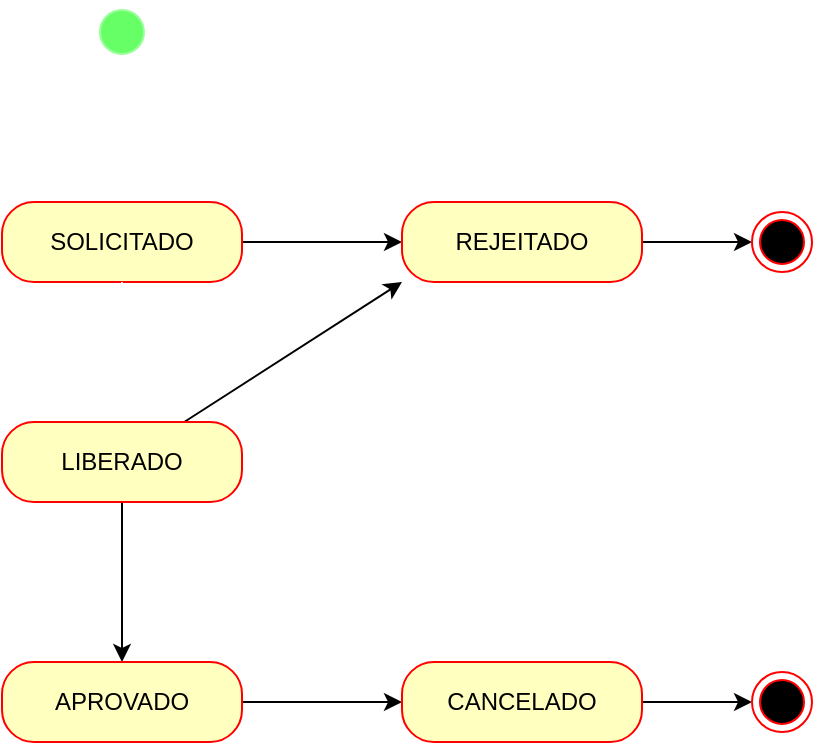
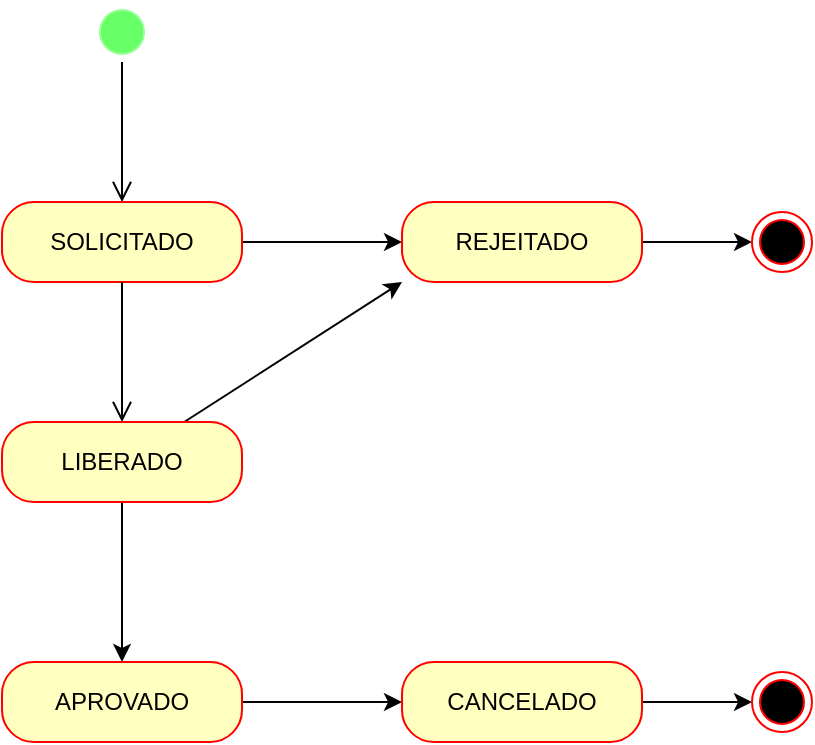
- <mxfile host="Electron" agent="Mozilla/5.0 (X11; Linux x86_64) AppleWebKit/537.36 (KHTML, like Gecko) draw.io/28.2.5 Chrome/138.0.7204.251 Electron/37.6.1 Safari/537.36" version="28.2.5" pages="3">
+ <mxfile host="Electron" agent="Mozilla/5.0 (X11; Linux x86_64) AppleWebKit/537.36 (KHTML, like Gecko) draw.io/28.2.5 Chrome/138.0.7204.251 Electron/37.6.1 Safari/537.36" version="28.2.5" pages="4">
  <diagram name="diagrama-de-estados" id="IYPag2jJxesfUrOG5OH9">
    <mxGraphModel dx="618" dy="460" grid="1" gridSize="10" guides="1" tooltips="1" connect="1" arrows="1" fold="1" page="1" pageScale="1" pageWidth="850" pageHeight="1100" math="0" shadow="0">
      <root>
        <mxCell id="0" />
        <mxCell id="1" parent="0" />
        <mxCell id="KuN5sDsaCDdfW-2yw1ti-1" value="" style="ellipse;html=1;shape=startState;fillColor=#66FF66;strokeColor=#99FF99;" parent="1" vertex="1">
          <mxGeometry x="320" y="60" width="30" height="30" as="geometry" />
        </mxCell>
-         <mxCell id="KuN5sDsaCDdfW-2yw1ti-2" value="" style="edgeStyle=orthogonalEdgeStyle;html=1;verticalAlign=bottom;endArrow=open;endSize=8;strokeColor=#FFFFFF;rounded=0;entryX=0.5;entryY=0;entryDx=0;entryDy=0;" parent="1" source="KuN5sDsaCDdfW-2yw1ti-1" target="KuN5sDsaCDdfW-2yw1ti-3" edge="1">
+         <mxCell id="KuN5sDsaCDdfW-2yw1ti-2" value="" style="edgeStyle=orthogonalEdgeStyle;html=1;verticalAlign=bottom;endArrow=open;endSize=8;strokeColor=#000000;rounded=0;entryX=0.5;entryY=0;entryDx=0;entryDy=0;" parent="1" source="KuN5sDsaCDdfW-2yw1ti-1" target="KuN5sDsaCDdfW-2yw1ti-3" edge="1">
          <mxGeometry relative="1" as="geometry">
            <mxPoint x="335" y="150" as="targetPoint" />
          </mxGeometry>
        </mxCell>
        <mxCell id="KuN5sDsaCDdfW-2yw1ti-12" value="" style="edgeStyle=orthogonalEdgeStyle;rounded=0;orthogonalLoop=1;jettySize=auto;html=1;" parent="1" source="KuN5sDsaCDdfW-2yw1ti-3" target="KuN5sDsaCDdfW-2yw1ti-11" edge="1">
          <mxGeometry relative="1" as="geometry" />
        </mxCell>
        <mxCell id="KuN5sDsaCDdfW-2yw1ti-3" value="SOLICITADO" style="rounded=1;whiteSpace=wrap;html=1;arcSize=40;fontColor=#000000;fillColor=#ffffc0;strokeColor=#ff0000;" parent="1" vertex="1">
          <mxGeometry x="275" y="160" width="120" height="40" as="geometry" />
        </mxCell>
-         <mxCell id="KuN5sDsaCDdfW-2yw1ti-4" value="" style="edgeStyle=orthogonalEdgeStyle;html=1;verticalAlign=bottom;endArrow=open;endSize=8;strokeColor=#FFFFFF;rounded=0;entryX=0.5;entryY=0;entryDx=0;entryDy=0;" parent="1" source="KuN5sDsaCDdfW-2yw1ti-3" target="KuN5sDsaCDdfW-2yw1ti-5" edge="1">
+         <mxCell id="KuN5sDsaCDdfW-2yw1ti-4" value="" style="edgeStyle=orthogonalEdgeStyle;html=1;verticalAlign=bottom;endArrow=open;endSize=8;strokeColor=#000000;rounded=0;entryX=0.5;entryY=0;entryDx=0;entryDy=0;" parent="1" source="KuN5sDsaCDdfW-2yw1ti-3" target="KuN5sDsaCDdfW-2yw1ti-5" edge="1">
          <mxGeometry relative="1" as="geometry">
            <mxPoint x="335" y="260" as="targetPoint" />
          </mxGeometry>
        </mxCell>
        <mxCell id="KuN5sDsaCDdfW-2yw1ti-13" style="rounded=0;orthogonalLoop=1;jettySize=auto;html=1;entryX=0;entryY=1;entryDx=0;entryDy=0;" parent="1" source="KuN5sDsaCDdfW-2yw1ti-5" target="KuN5sDsaCDdfW-2yw1ti-11" edge="1">
          <mxGeometry relative="1" as="geometry" />
        </mxCell>
        <mxCell id="KuN5sDsaCDdfW-2yw1ti-19" value="" style="edgeStyle=orthogonalEdgeStyle;rounded=0;orthogonalLoop=1;jettySize=auto;html=1;" parent="1" source="KuN5sDsaCDdfW-2yw1ti-5" target="KuN5sDsaCDdfW-2yw1ti-18" edge="1">
          <mxGeometry relative="1" as="geometry" />
        </mxCell>
        <mxCell id="KuN5sDsaCDdfW-2yw1ti-5" value="LIBERADO" style="rounded=1;whiteSpace=wrap;html=1;arcSize=40;fontColor=#000000;fillColor=#ffffc0;strokeColor=#ff0000;" parent="1" vertex="1">
          <mxGeometry x="275" y="270" width="120" height="40" as="geometry" />
        </mxCell>
        <mxCell id="KuN5sDsaCDdfW-2yw1ti-17" style="edgeStyle=orthogonalEdgeStyle;rounded=0;orthogonalLoop=1;jettySize=auto;html=1;entryX=0;entryY=0.5;entryDx=0;entryDy=0;" parent="1" source="KuN5sDsaCDdfW-2yw1ti-11" target="KuN5sDsaCDdfW-2yw1ti-16" edge="1">
          <mxGeometry relative="1" as="geometry" />
        </mxCell>
        <mxCell id="KuN5sDsaCDdfW-2yw1ti-11" value="REJEITADO" style="rounded=1;whiteSpace=wrap;html=1;arcSize=40;fontColor=#000000;fillColor=#ffffc0;strokeColor=#ff0000;" parent="1" vertex="1">
          <mxGeometry x="475" y="160" width="120" height="40" as="geometry" />
        </mxCell>
        <mxCell id="KuN5sDsaCDdfW-2yw1ti-16" value="" style="ellipse;html=1;shape=endState;fillColor=#000000;strokeColor=#ff0000;" parent="1" vertex="1">
          <mxGeometry x="650" y="165" width="30" height="30" as="geometry" />
        </mxCell>
        <mxCell id="KuN5sDsaCDdfW-2yw1ti-21" value="" style="edgeStyle=orthogonalEdgeStyle;rounded=0;orthogonalLoop=1;jettySize=auto;html=1;" parent="1" source="KuN5sDsaCDdfW-2yw1ti-18" target="KuN5sDsaCDdfW-2yw1ti-20" edge="1">
          <mxGeometry relative="1" as="geometry" />
        </mxCell>
        <mxCell id="KuN5sDsaCDdfW-2yw1ti-18" value="APROVADO" style="rounded=1;whiteSpace=wrap;html=1;arcSize=40;fontColor=#000000;fillColor=#ffffc0;strokeColor=#ff0000;" parent="1" vertex="1">
          <mxGeometry x="275" y="390" width="120" height="40" as="geometry" />
        </mxCell>
        <mxCell id="KuN5sDsaCDdfW-2yw1ti-23" style="edgeStyle=orthogonalEdgeStyle;rounded=0;orthogonalLoop=1;jettySize=auto;html=1;entryX=0;entryY=0.5;entryDx=0;entryDy=0;" parent="1" source="KuN5sDsaCDdfW-2yw1ti-20" target="KuN5sDsaCDdfW-2yw1ti-22" edge="1">
          <mxGeometry relative="1" as="geometry" />
        </mxCell>
        <mxCell id="KuN5sDsaCDdfW-2yw1ti-20" value="CANCELADO" style="rounded=1;whiteSpace=wrap;html=1;arcSize=40;fontColor=#000000;fillColor=#ffffc0;strokeColor=#ff0000;" parent="1" vertex="1">
          <mxGeometry x="475" y="390" width="120" height="40" as="geometry" />
        </mxCell>
        <mxCell id="KuN5sDsaCDdfW-2yw1ti-22" value="" style="ellipse;html=1;shape=endState;fillColor=#000000;strokeColor=#ff0000;" parent="1" vertex="1">
          <mxGeometry x="650" y="395" width="30" height="30" as="geometry" />
        </mxCell>
      </root>
    </mxGraphModel>
  </diagram>
  <diagram id="2DZWrG4l8wp5lzFbXQNy" name="modelo-de-dados">
    <mxGraphModel dx="618" dy="460" grid="1" gridSize="10" guides="1" tooltips="1" connect="1" arrows="1" fold="1" page="1" pageScale="1" pageWidth="850" pageHeight="1100" math="0" shadow="0">
      <root>
        <mxCell id="0" />
        <mxCell id="1" parent="0" />
        <mxCell id="ROwrcVecAf9enAfdfTJt-1" value="solicitante" style="shape=table;startSize=30;container=1;collapsible=1;childLayout=tableLayout;fixedRows=1;rowLines=0;fontStyle=1;align=center;resizeLast=1;html=1;" parent="1" vertex="1">
          <mxGeometry x="60" y="200" width="180" height="120" as="geometry" />
        </mxCell>
        <mxCell id="ROwrcVecAf9enAfdfTJt-2" value="" style="shape=tableRow;horizontal=0;startSize=0;swimlaneHead=0;swimlaneBody=0;fillColor=none;collapsible=0;dropTarget=0;points=[[0,0.5],[1,0.5]];portConstraint=eastwest;top=0;left=0;right=0;bottom=1;" parent="ROwrcVecAf9enAfdfTJt-1" vertex="1">
          <mxGeometry y="30" width="180" height="30" as="geometry" />
        </mxCell>
        <mxCell id="ROwrcVecAf9enAfdfTJt-3" value="PK" style="shape=partialRectangle;connectable=0;fillColor=none;top=0;left=0;bottom=0;right=0;fontStyle=1;overflow=hidden;whiteSpace=wrap;html=1;" parent="ROwrcVecAf9enAfdfTJt-2" vertex="1">
          <mxGeometry width="30" height="30" as="geometry">
            <mxRectangle width="30" height="30" as="alternateBounds" />
          </mxGeometry>
        </mxCell>
        <mxCell id="ROwrcVecAf9enAfdfTJt-4" value="id" style="shape=partialRectangle;connectable=0;fillColor=none;top=0;left=0;bottom=0;right=0;align=left;spacingLeft=6;fontStyle=5;overflow=hidden;whiteSpace=wrap;html=1;" parent="ROwrcVecAf9enAfdfTJt-2" vertex="1">
          <mxGeometry x="30" width="150" height="30" as="geometry">
            <mxRectangle width="150" height="30" as="alternateBounds" />
          </mxGeometry>
        </mxCell>
        <mxCell id="ROwrcVecAf9enAfdfTJt-5" value="" style="shape=tableRow;horizontal=0;startSize=0;swimlaneHead=0;swimlaneBody=0;fillColor=none;collapsible=0;dropTarget=0;points=[[0,0.5],[1,0.5]];portConstraint=eastwest;top=0;left=0;right=0;bottom=0;" parent="ROwrcVecAf9enAfdfTJt-1" vertex="1">
          <mxGeometry y="60" width="180" height="30" as="geometry" />
        </mxCell>
        <mxCell id="ROwrcVecAf9enAfdfTJt-6" value="" style="shape=partialRectangle;connectable=0;fillColor=none;top=0;left=0;bottom=0;right=0;editable=1;overflow=hidden;whiteSpace=wrap;html=1;" parent="ROwrcVecAf9enAfdfTJt-5" vertex="1">
          <mxGeometry width="30" height="30" as="geometry">
            <mxRectangle width="30" height="30" as="alternateBounds" />
          </mxGeometry>
        </mxCell>
        <mxCell id="ROwrcVecAf9enAfdfTJt-7" value="nome" style="shape=partialRectangle;connectable=0;fillColor=none;top=0;left=0;bottom=0;right=0;align=left;spacingLeft=6;overflow=hidden;whiteSpace=wrap;html=1;" parent="ROwrcVecAf9enAfdfTJt-5" vertex="1">
          <mxGeometry x="30" width="150" height="30" as="geometry">
            <mxRectangle width="150" height="30" as="alternateBounds" />
          </mxGeometry>
        </mxCell>
        <mxCell id="ROwrcVecAf9enAfdfTJt-8" value="" style="shape=tableRow;horizontal=0;startSize=0;swimlaneHead=0;swimlaneBody=0;fillColor=none;collapsible=0;dropTarget=0;points=[[0,0.5],[1,0.5]];portConstraint=eastwest;top=0;left=0;right=0;bottom=0;" parent="ROwrcVecAf9enAfdfTJt-1" vertex="1">
          <mxGeometry y="90" width="180" height="30" as="geometry" />
        </mxCell>
        <mxCell id="ROwrcVecAf9enAfdfTJt-9" value="" style="shape=partialRectangle;connectable=0;fillColor=none;top=0;left=0;bottom=0;right=0;editable=1;overflow=hidden;whiteSpace=wrap;html=1;" parent="ROwrcVecAf9enAfdfTJt-8" vertex="1">
          <mxGeometry width="30" height="30" as="geometry">
            <mxRectangle width="30" height="30" as="alternateBounds" />
          </mxGeometry>
        </mxCell>
        <mxCell id="ROwrcVecAf9enAfdfTJt-10" value="cpfCnpj" style="shape=partialRectangle;connectable=0;fillColor=none;top=0;left=0;bottom=0;right=0;align=left;spacingLeft=6;overflow=hidden;whiteSpace=wrap;html=1;" parent="ROwrcVecAf9enAfdfTJt-8" vertex="1">
          <mxGeometry x="30" width="150" height="30" as="geometry">
            <mxRectangle width="150" height="30" as="alternateBounds" />
          </mxGeometry>
        </mxCell>
        <mxCell id="ROwrcVecAf9enAfdfTJt-14" value="categoria" style="shape=table;startSize=30;container=1;collapsible=1;childLayout=tableLayout;fixedRows=1;rowLines=0;fontStyle=1;align=center;resizeLast=1;html=1;" parent="1" vertex="1">
          <mxGeometry x="60" y="400" width="180" height="90" as="geometry" />
        </mxCell>
        <mxCell id="ROwrcVecAf9enAfdfTJt-15" value="" style="shape=tableRow;horizontal=0;startSize=0;swimlaneHead=0;swimlaneBody=0;fillColor=none;collapsible=0;dropTarget=0;points=[[0,0.5],[1,0.5]];portConstraint=eastwest;top=0;left=0;right=0;bottom=1;" parent="ROwrcVecAf9enAfdfTJt-14" vertex="1">
          <mxGeometry y="30" width="180" height="30" as="geometry" />
        </mxCell>
        <mxCell id="ROwrcVecAf9enAfdfTJt-16" value="PK" style="shape=partialRectangle;connectable=0;fillColor=none;top=0;left=0;bottom=0;right=0;fontStyle=1;overflow=hidden;whiteSpace=wrap;html=1;" parent="ROwrcVecAf9enAfdfTJt-15" vertex="1">
          <mxGeometry width="30" height="30" as="geometry">
            <mxRectangle width="30" height="30" as="alternateBounds" />
          </mxGeometry>
        </mxCell>
        <mxCell id="ROwrcVecAf9enAfdfTJt-17" value="id" style="shape=partialRectangle;connectable=0;fillColor=none;top=0;left=0;bottom=0;right=0;align=left;spacingLeft=6;fontStyle=5;overflow=hidden;whiteSpace=wrap;html=1;" parent="ROwrcVecAf9enAfdfTJt-15" vertex="1">
          <mxGeometry x="30" width="150" height="30" as="geometry">
            <mxRectangle width="150" height="30" as="alternateBounds" />
          </mxGeometry>
        </mxCell>
        <mxCell id="ROwrcVecAf9enAfdfTJt-18" value="" style="shape=tableRow;horizontal=0;startSize=0;swimlaneHead=0;swimlaneBody=0;fillColor=none;collapsible=0;dropTarget=0;points=[[0,0.5],[1,0.5]];portConstraint=eastwest;top=0;left=0;right=0;bottom=0;" parent="ROwrcVecAf9enAfdfTJt-14" vertex="1">
          <mxGeometry y="60" width="180" height="30" as="geometry" />
        </mxCell>
        <mxCell id="ROwrcVecAf9enAfdfTJt-19" value="" style="shape=partialRectangle;connectable=0;fillColor=none;top=0;left=0;bottom=0;right=0;editable=1;overflow=hidden;whiteSpace=wrap;html=1;" parent="ROwrcVecAf9enAfdfTJt-18" vertex="1">
          <mxGeometry width="30" height="30" as="geometry">
            <mxRectangle width="30" height="30" as="alternateBounds" />
          </mxGeometry>
        </mxCell>
        <mxCell id="ROwrcVecAf9enAfdfTJt-20" value="nome" style="shape=partialRectangle;connectable=0;fillColor=none;top=0;left=0;bottom=0;right=0;align=left;spacingLeft=6;overflow=hidden;whiteSpace=wrap;html=1;" parent="ROwrcVecAf9enAfdfTJt-18" vertex="1">
          <mxGeometry x="30" width="150" height="30" as="geometry">
            <mxRectangle width="150" height="30" as="alternateBounds" />
          </mxGeometry>
        </mxCell>
        <mxCell id="ROwrcVecAf9enAfdfTJt-24" value="solicitação" style="shape=table;startSize=30;container=1;collapsible=1;childLayout=tableLayout;fixedRows=1;rowLines=0;fontStyle=1;align=center;resizeLast=1;html=1;" parent="1" vertex="1">
          <mxGeometry x="430" y="100" width="180" height="240" as="geometry" />
        </mxCell>
        <mxCell id="ROwrcVecAf9enAfdfTJt-25" value="" style="shape=tableRow;horizontal=0;startSize=0;swimlaneHead=0;swimlaneBody=0;fillColor=none;collapsible=0;dropTarget=0;points=[[0,0.5],[1,0.5]];portConstraint=eastwest;top=0;left=0;right=0;bottom=1;" parent="ROwrcVecAf9enAfdfTJt-24" vertex="1">
          <mxGeometry y="30" width="180" height="30" as="geometry" />
        </mxCell>
        <mxCell id="ROwrcVecAf9enAfdfTJt-26" value="PK" style="shape=partialRectangle;connectable=0;fillColor=none;top=0;left=0;bottom=0;right=0;fontStyle=1;overflow=hidden;whiteSpace=wrap;html=1;" parent="ROwrcVecAf9enAfdfTJt-25" vertex="1">
          <mxGeometry width="30" height="30" as="geometry">
            <mxRectangle width="30" height="30" as="alternateBounds" />
          </mxGeometry>
        </mxCell>
        <mxCell id="ROwrcVecAf9enAfdfTJt-27" value="id" style="shape=partialRectangle;connectable=0;fillColor=none;top=0;left=0;bottom=0;right=0;align=left;spacingLeft=6;fontStyle=5;overflow=hidden;whiteSpace=wrap;html=1;" parent="ROwrcVecAf9enAfdfTJt-25" vertex="1">
          <mxGeometry x="30" width="150" height="30" as="geometry">
            <mxRectangle width="150" height="30" as="alternateBounds" />
          </mxGeometry>
        </mxCell>
        <mxCell id="ROwrcVecAf9enAfdfTJt-28" value="" style="shape=tableRow;horizontal=0;startSize=0;swimlaneHead=0;swimlaneBody=0;fillColor=none;collapsible=0;dropTarget=0;points=[[0,0.5],[1,0.5]];portConstraint=eastwest;top=0;left=0;right=0;bottom=0;" parent="ROwrcVecAf9enAfdfTJt-24" vertex="1">
          <mxGeometry y="60" width="180" height="30" as="geometry" />
        </mxCell>
        <mxCell id="ROwrcVecAf9enAfdfTJt-29" value="FK" style="shape=partialRectangle;connectable=0;fillColor=none;top=0;left=0;bottom=0;right=0;editable=1;overflow=hidden;whiteSpace=wrap;html=1;verticalAlign=middle;labelBorderColor=none;labelBackgroundColor=none;textShadow=0;shadow=0;" parent="ROwrcVecAf9enAfdfTJt-28" vertex="1">
          <mxGeometry width="30" height="30" as="geometry">
            <mxRectangle width="30" height="30" as="alternateBounds" />
          </mxGeometry>
        </mxCell>
        <mxCell id="ROwrcVecAf9enAfdfTJt-30" value="solicitanteId" style="shape=partialRectangle;connectable=0;fillColor=none;top=0;left=0;bottom=0;right=0;align=left;spacingLeft=6;overflow=hidden;whiteSpace=wrap;html=1;verticalAlign=middle;labelBorderColor=none;labelBackgroundColor=none;textShadow=0;shadow=0;" parent="ROwrcVecAf9enAfdfTJt-28" vertex="1">
          <mxGeometry x="30" width="150" height="30" as="geometry">
            <mxRectangle width="150" height="30" as="alternateBounds" />
          </mxGeometry>
        </mxCell>
        <mxCell id="ROwrcVecAf9enAfdfTJt-31" value="" style="shape=tableRow;horizontal=0;startSize=0;swimlaneHead=0;swimlaneBody=0;fillColor=none;collapsible=0;dropTarget=0;points=[[0,0.5],[1,0.5]];portConstraint=eastwest;top=0;left=0;right=0;bottom=0;" parent="ROwrcVecAf9enAfdfTJt-24" vertex="1">
          <mxGeometry y="90" width="180" height="30" as="geometry" />
        </mxCell>
        <mxCell id="ROwrcVecAf9enAfdfTJt-32" value="FK" style="shape=partialRectangle;connectable=0;fillColor=none;top=0;left=0;bottom=0;right=0;editable=1;overflow=hidden;whiteSpace=wrap;html=1;" parent="ROwrcVecAf9enAfdfTJt-31" vertex="1">
          <mxGeometry width="30" height="30" as="geometry">
            <mxRectangle width="30" height="30" as="alternateBounds" />
          </mxGeometry>
        </mxCell>
        <mxCell id="ROwrcVecAf9enAfdfTJt-33" value="categoriaId" style="shape=partialRectangle;connectable=0;fillColor=none;top=0;left=0;bottom=0;right=0;align=left;spacingLeft=6;overflow=hidden;whiteSpace=wrap;html=1;" parent="ROwrcVecAf9enAfdfTJt-31" vertex="1">
          <mxGeometry x="30" width="150" height="30" as="geometry">
            <mxRectangle width="150" height="30" as="alternateBounds" />
          </mxGeometry>
        </mxCell>
        <mxCell id="O9as9MD9jKz88pZ5Hd6D-2" style="shape=tableRow;horizontal=0;startSize=0;swimlaneHead=0;swimlaneBody=0;fillColor=none;collapsible=0;dropTarget=0;points=[[0,0.5],[1,0.5]];portConstraint=eastwest;top=0;left=0;right=0;bottom=0;" parent="ROwrcVecAf9enAfdfTJt-24" vertex="1">
          <mxGeometry y="120" width="180" height="30" as="geometry" />
        </mxCell>
        <mxCell id="O9as9MD9jKz88pZ5Hd6D-3" style="shape=partialRectangle;connectable=0;fillColor=none;top=0;left=0;bottom=0;right=0;editable=1;overflow=hidden;whiteSpace=wrap;html=1;" parent="O9as9MD9jKz88pZ5Hd6D-2" vertex="1">
          <mxGeometry width="30" height="30" as="geometry">
            <mxRectangle width="30" height="30" as="alternateBounds" />
          </mxGeometry>
        </mxCell>
        <mxCell id="O9as9MD9jKz88pZ5Hd6D-4" value="descricao" style="shape=partialRectangle;connectable=0;fillColor=none;top=0;left=0;bottom=0;right=0;align=left;spacingLeft=6;overflow=hidden;whiteSpace=wrap;html=1;" parent="O9as9MD9jKz88pZ5Hd6D-2" vertex="1">
          <mxGeometry x="30" width="150" height="30" as="geometry">
            <mxRectangle width="150" height="30" as="alternateBounds" />
          </mxGeometry>
        </mxCell>
        <mxCell id="O9as9MD9jKz88pZ5Hd6D-5" style="shape=tableRow;horizontal=0;startSize=0;swimlaneHead=0;swimlaneBody=0;fillColor=none;collapsible=0;dropTarget=0;points=[[0,0.5],[1,0.5]];portConstraint=eastwest;top=0;left=0;right=0;bottom=0;" parent="ROwrcVecAf9enAfdfTJt-24" vertex="1">
          <mxGeometry y="150" width="180" height="30" as="geometry" />
        </mxCell>
        <mxCell id="O9as9MD9jKz88pZ5Hd6D-6" style="shape=partialRectangle;connectable=0;fillColor=none;top=0;left=0;bottom=0;right=0;editable=1;overflow=hidden;whiteSpace=wrap;html=1;" parent="O9as9MD9jKz88pZ5Hd6D-5" vertex="1">
          <mxGeometry width="30" height="30" as="geometry">
            <mxRectangle width="30" height="30" as="alternateBounds" />
          </mxGeometry>
        </mxCell>
        <mxCell id="O9as9MD9jKz88pZ5Hd6D-7" value="valor" style="shape=partialRectangle;connectable=0;fillColor=none;top=0;left=0;bottom=0;right=0;align=left;spacingLeft=6;overflow=hidden;whiteSpace=wrap;html=1;" parent="O9as9MD9jKz88pZ5Hd6D-5" vertex="1">
          <mxGeometry x="30" width="150" height="30" as="geometry">
            <mxRectangle width="150" height="30" as="alternateBounds" />
          </mxGeometry>
        </mxCell>
        <mxCell id="O9as9MD9jKz88pZ5Hd6D-8" style="shape=tableRow;horizontal=0;startSize=0;swimlaneHead=0;swimlaneBody=0;fillColor=none;collapsible=0;dropTarget=0;points=[[0,0.5],[1,0.5]];portConstraint=eastwest;top=0;left=0;right=0;bottom=0;" parent="ROwrcVecAf9enAfdfTJt-24" vertex="1">
          <mxGeometry y="180" width="180" height="30" as="geometry" />
        </mxCell>
        <mxCell id="O9as9MD9jKz88pZ5Hd6D-9" style="shape=partialRectangle;connectable=0;fillColor=none;top=0;left=0;bottom=0;right=0;editable=1;overflow=hidden;whiteSpace=wrap;html=1;" parent="O9as9MD9jKz88pZ5Hd6D-8" vertex="1">
          <mxGeometry width="30" height="30" as="geometry">
            <mxRectangle width="30" height="30" as="alternateBounds" />
          </mxGeometry>
        </mxCell>
        <mxCell id="O9as9MD9jKz88pZ5Hd6D-10" value="dataSolicitacao" style="shape=partialRectangle;connectable=0;fillColor=none;top=0;left=0;bottom=0;right=0;align=left;spacingLeft=6;overflow=hidden;whiteSpace=wrap;html=1;" parent="O9as9MD9jKz88pZ5Hd6D-8" vertex="1">
          <mxGeometry x="30" width="150" height="30" as="geometry">
            <mxRectangle width="150" height="30" as="alternateBounds" />
          </mxGeometry>
        </mxCell>
        <mxCell id="O9as9MD9jKz88pZ5Hd6D-11" style="shape=tableRow;horizontal=0;startSize=0;swimlaneHead=0;swimlaneBody=0;fillColor=none;collapsible=0;dropTarget=0;points=[[0,0.5],[1,0.5]];portConstraint=eastwest;top=0;left=0;right=0;bottom=0;" parent="ROwrcVecAf9enAfdfTJt-24" vertex="1">
          <mxGeometry y="210" width="180" height="30" as="geometry" />
        </mxCell>
        <mxCell id="O9as9MD9jKz88pZ5Hd6D-12" style="shape=partialRectangle;connectable=0;fillColor=none;top=0;left=0;bottom=0;right=0;editable=1;overflow=hidden;whiteSpace=wrap;html=1;" parent="O9as9MD9jKz88pZ5Hd6D-11" vertex="1">
          <mxGeometry width="30" height="30" as="geometry">
            <mxRectangle width="30" height="30" as="alternateBounds" />
          </mxGeometry>
        </mxCell>
        <mxCell id="O9as9MD9jKz88pZ5Hd6D-13" value="status" style="shape=partialRectangle;connectable=0;fillColor=none;top=0;left=0;bottom=0;right=0;align=left;spacingLeft=6;overflow=hidden;whiteSpace=wrap;html=1;" parent="O9as9MD9jKz88pZ5Hd6D-11" vertex="1">
          <mxGeometry x="30" width="150" height="30" as="geometry">
            <mxRectangle width="150" height="30" as="alternateBounds" />
          </mxGeometry>
        </mxCell>
        <mxCell id="O9as9MD9jKz88pZ5Hd6D-1" value="" style="edgeStyle=entityRelationEdgeStyle;fontSize=12;html=1;endArrow=ERoneToMany;rounded=0;exitX=1.004;exitY=0.17;exitDx=0;exitDy=0;exitPerimeter=0;entryX=0;entryY=0.5;entryDx=0;entryDy=0;" parent="1" source="ROwrcVecAf9enAfdfTJt-1" target="ROwrcVecAf9enAfdfTJt-28" edge="1">
          <mxGeometry width="100" height="100" relative="1" as="geometry">
            <mxPoint x="310" y="210" as="sourcePoint" />
            <mxPoint x="410" y="110" as="targetPoint" />
          </mxGeometry>
        </mxCell>
        <mxCell id="O9as9MD9jKz88pZ5Hd6D-14" value="" style="edgeStyle=entityRelationEdgeStyle;fontSize=12;html=1;endArrow=ERmany;rounded=0;exitX=1;exitY=0.5;exitDx=0;exitDy=0;entryX=0;entryY=0.5;entryDx=0;entryDy=0;" parent="1" source="ROwrcVecAf9enAfdfTJt-15" target="ROwrcVecAf9enAfdfTJt-31" edge="1">
          <mxGeometry width="100" height="100" relative="1" as="geometry">
            <mxPoint x="270" y="380" as="sourcePoint" />
            <mxPoint x="370" y="280" as="targetPoint" />
          </mxGeometry>
        </mxCell>
      </root>
    </mxGraphModel>
  </diagram>
  <diagram id="6JuuzWTlAhcuF4B7rx7T" name="design ui/ux">
-     <mxGraphModel dx="695" dy="536" grid="1" gridSize="10" guides="1" tooltips="1" connect="1" arrows="1" fold="1" page="1" pageScale="1" pageWidth="850" pageHeight="1100" math="0" shadow="0">
+     <mxGraphModel dx="617" dy="460" grid="1" gridSize="10" guides="1" tooltips="1" connect="1" arrows="1" fold="1" page="1" pageScale="1" pageWidth="850" pageHeight="1100" math="0" shadow="0">
      <root>
        <mxCell id="0" />
        <mxCell id="1" parent="0" />
-         <mxCell id="6yd5DNGiLfsMDqw6DHAs-1" value="" style="rounded=1;whiteSpace=wrap;html=1;" vertex="1" parent="1">
+         <mxCell id="6yd5DNGiLfsMDqw6DHAs-1" value="" style="rounded=1;whiteSpace=wrap;html=1;" parent="1" vertex="1">
          <mxGeometry x="200" y="60" width="630" height="390" as="geometry" />
        </mxCell>
-         <mxCell id="6yd5DNGiLfsMDqw6DHAs-2" value="" style="shape=table;startSize=0;container=1;collapsible=0;childLayout=tableLayout;fontSize=16;" vertex="1" parent="1">
+         <mxCell id="6yd5DNGiLfsMDqw6DHAs-2" value="" style="shape=table;startSize=0;container=1;collapsible=0;childLayout=tableLayout;fontSize=16;" parent="1" vertex="1">
          <mxGeometry x="230" y="170" width="510" height="53" as="geometry" />
        </mxCell>
-         <mxCell id="6yd5DNGiLfsMDqw6DHAs-3" value="" style="shape=tableRow;horizontal=0;startSize=0;swimlaneHead=0;swimlaneBody=0;strokeColor=inherit;top=0;left=0;bottom=0;right=0;collapsible=0;dropTarget=0;fillColor=none;points=[[0,0.5],[1,0.5]];portConstraint=eastwest;fontSize=16;" vertex="1" parent="6yd5DNGiLfsMDqw6DHAs-2">
+         <mxCell id="6yd5DNGiLfsMDqw6DHAs-3" value="" style="shape=tableRow;horizontal=0;startSize=0;swimlaneHead=0;swimlaneBody=0;strokeColor=inherit;top=0;left=0;bottom=0;right=0;collapsible=0;dropTarget=0;fillColor=none;points=[[0,0.5],[1,0.5]];portConstraint=eastwest;fontSize=16;" parent="6yd5DNGiLfsMDqw6DHAs-2" vertex="1">
          <mxGeometry width="510" height="20" as="geometry" />
        </mxCell>
-         <mxCell id="6yd5DNGiLfsMDqw6DHAs-4" value="&lt;font style=&quot;font-size: 10px;&quot;&gt;Solicitante&lt;/font&gt;" style="shape=partialRectangle;html=1;whiteSpace=wrap;connectable=0;strokeColor=inherit;overflow=hidden;fillColor=none;top=0;left=0;bottom=0;right=0;pointerEvents=1;fontSize=16;" vertex="1" parent="6yd5DNGiLfsMDqw6DHAs-3">
+         <mxCell id="6yd5DNGiLfsMDqw6DHAs-4" value="&lt;font style=&quot;font-size: 10px;&quot;&gt;Solicitante&lt;/font&gt;" style="shape=partialRectangle;html=1;whiteSpace=wrap;connectable=0;strokeColor=inherit;overflow=hidden;fillColor=none;top=0;left=0;bottom=0;right=0;pointerEvents=1;fontSize=16;" parent="6yd5DNGiLfsMDqw6DHAs-3" vertex="1">
          <mxGeometry width="66" height="20" as="geometry">
            <mxRectangle width="66" height="20" as="alternateBounds" />
          </mxGeometry>
        </mxCell>
-         <mxCell id="6yd5DNGiLfsMDqw6DHAs-5" value="&lt;font style=&quot;font-size: 10px;&quot;&gt;CPF/CNPJ&lt;/font&gt;" style="shape=partialRectangle;html=1;whiteSpace=wrap;connectable=0;strokeColor=inherit;overflow=hidden;fillColor=none;top=0;left=0;bottom=0;right=0;pointerEvents=1;fontSize=16;" vertex="1" parent="6yd5DNGiLfsMDqw6DHAs-3">
+         <mxCell id="6yd5DNGiLfsMDqw6DHAs-5" value="&lt;font style=&quot;font-size: 10px;&quot;&gt;CPF/CNPJ&lt;/font&gt;" style="shape=partialRectangle;html=1;whiteSpace=wrap;connectable=0;strokeColor=inherit;overflow=hidden;fillColor=none;top=0;left=0;bottom=0;right=0;pointerEvents=1;fontSize=16;" parent="6yd5DNGiLfsMDqw6DHAs-3" vertex="1">
          <mxGeometry x="66" width="87" height="20" as="geometry">
            <mxRectangle width="87" height="20" as="alternateBounds" />
          </mxGeometry>
        </mxCell>
-         <mxCell id="6yd5DNGiLfsMDqw6DHAs-6" value="&lt;font style=&quot;font-size: 10px;&quot;&gt;Categoria&lt;/font&gt;" style="shape=partialRectangle;html=1;whiteSpace=wrap;connectable=0;strokeColor=inherit;overflow=hidden;fillColor=none;top=0;left=0;bottom=0;right=0;pointerEvents=1;fontSize=16;" vertex="1" parent="6yd5DNGiLfsMDqw6DHAs-3">
+         <mxCell id="6yd5DNGiLfsMDqw6DHAs-6" value="&lt;font style=&quot;font-size: 10px;&quot;&gt;Categoria&lt;/font&gt;" style="shape=partialRectangle;html=1;whiteSpace=wrap;connectable=0;strokeColor=inherit;overflow=hidden;fillColor=none;top=0;left=0;bottom=0;right=0;pointerEvents=1;fontSize=16;" parent="6yd5DNGiLfsMDqw6DHAs-3" vertex="1">
          <mxGeometry x="153" width="119" height="20" as="geometry">
            <mxRectangle width="119" height="20" as="alternateBounds" />
          </mxGeometry>
        </mxCell>
-         <mxCell id="6yd5DNGiLfsMDqw6DHAs-15" value="&lt;font size=&quot;1&quot;&gt;status&lt;/font&gt;" style="shape=partialRectangle;html=1;whiteSpace=wrap;connectable=0;strokeColor=inherit;overflow=hidden;fillColor=none;top=0;left=0;bottom=0;right=0;pointerEvents=1;fontSize=16;" vertex="1" parent="6yd5DNGiLfsMDqw6DHAs-3">
+         <mxCell id="6yd5DNGiLfsMDqw6DHAs-15" value="&lt;font size=&quot;1&quot;&gt;status&lt;/font&gt;" style="shape=partialRectangle;html=1;whiteSpace=wrap;connectable=0;strokeColor=inherit;overflow=hidden;fillColor=none;top=0;left=0;bottom=0;right=0;pointerEvents=1;fontSize=16;" parent="6yd5DNGiLfsMDqw6DHAs-3" vertex="1">
          <mxGeometry x="272" width="119" height="20" as="geometry">
            <mxRectangle width="119" height="20" as="alternateBounds" />
          </mxGeometry>
        </mxCell>
-         <mxCell id="6yd5DNGiLfsMDqw6DHAs-18" value="&lt;font style=&quot;font-size: 10px;&quot;&gt;valor&lt;/font&gt;" style="shape=partialRectangle;html=1;whiteSpace=wrap;connectable=0;strokeColor=inherit;overflow=hidden;fillColor=none;top=0;left=0;bottom=0;right=0;pointerEvents=1;fontSize=16;" vertex="1" parent="6yd5DNGiLfsMDqw6DHAs-3">
+         <mxCell id="6yd5DNGiLfsMDqw6DHAs-18" value="&lt;font style=&quot;font-size: 10px;&quot;&gt;valor&lt;/font&gt;" style="shape=partialRectangle;html=1;whiteSpace=wrap;connectable=0;strokeColor=inherit;overflow=hidden;fillColor=none;top=0;left=0;bottom=0;right=0;pointerEvents=1;fontSize=16;" parent="6yd5DNGiLfsMDqw6DHAs-3" vertex="1">
          <mxGeometry x="391" width="119" height="20" as="geometry">
            <mxRectangle width="119" height="20" as="alternateBounds" />
          </mxGeometry>
        </mxCell>
-         <mxCell id="6yd5DNGiLfsMDqw6DHAs-7" value="" style="shape=tableRow;horizontal=0;startSize=0;swimlaneHead=0;swimlaneBody=0;strokeColor=inherit;top=0;left=0;bottom=0;right=0;collapsible=0;dropTarget=0;fillColor=none;points=[[0,0.5],[1,0.5]];portConstraint=eastwest;fontSize=16;" vertex="1" parent="6yd5DNGiLfsMDqw6DHAs-2">
+         <mxCell id="6yd5DNGiLfsMDqw6DHAs-7" value="" style="shape=tableRow;horizontal=0;startSize=0;swimlaneHead=0;swimlaneBody=0;strokeColor=inherit;top=0;left=0;bottom=0;right=0;collapsible=0;dropTarget=0;fillColor=none;points=[[0,0.5],[1,0.5]];portConstraint=eastwest;fontSize=16;" parent="6yd5DNGiLfsMDqw6DHAs-2" vertex="1">
          <mxGeometry y="20" width="510" height="16" as="geometry" />
        </mxCell>
-         <mxCell id="6yd5DNGiLfsMDqw6DHAs-8" value="" style="shape=partialRectangle;html=1;whiteSpace=wrap;connectable=0;strokeColor=inherit;overflow=hidden;fillColor=none;top=0;left=0;bottom=0;right=0;pointerEvents=1;fontSize=16;" vertex="1" parent="6yd5DNGiLfsMDqw6DHAs-7">
+         <mxCell id="6yd5DNGiLfsMDqw6DHAs-8" value="" style="shape=partialRectangle;html=1;whiteSpace=wrap;connectable=0;strokeColor=inherit;overflow=hidden;fillColor=none;top=0;left=0;bottom=0;right=0;pointerEvents=1;fontSize=16;" parent="6yd5DNGiLfsMDqw6DHAs-7" vertex="1">
          <mxGeometry width="66" height="16" as="geometry">
            <mxRectangle width="66" height="16" as="alternateBounds" />
          </mxGeometry>
        </mxCell>
-         <mxCell id="6yd5DNGiLfsMDqw6DHAs-9" value="" style="shape=partialRectangle;html=1;whiteSpace=wrap;connectable=0;strokeColor=inherit;overflow=hidden;fillColor=none;top=0;left=0;bottom=0;right=0;pointerEvents=1;fontSize=16;" vertex="1" parent="6yd5DNGiLfsMDqw6DHAs-7">
+         <mxCell id="6yd5DNGiLfsMDqw6DHAs-9" value="" style="shape=partialRectangle;html=1;whiteSpace=wrap;connectable=0;strokeColor=inherit;overflow=hidden;fillColor=none;top=0;left=0;bottom=0;right=0;pointerEvents=1;fontSize=16;" parent="6yd5DNGiLfsMDqw6DHAs-7" vertex="1">
          <mxGeometry x="66" width="87" height="16" as="geometry">
            <mxRectangle width="87" height="16" as="alternateBounds" />
          </mxGeometry>
        </mxCell>
-         <mxCell id="6yd5DNGiLfsMDqw6DHAs-10" value="" style="shape=partialRectangle;html=1;whiteSpace=wrap;connectable=0;strokeColor=inherit;overflow=hidden;fillColor=none;top=0;left=0;bottom=0;right=0;pointerEvents=1;fontSize=16;" vertex="1" parent="6yd5DNGiLfsMDqw6DHAs-7">
+         <mxCell id="6yd5DNGiLfsMDqw6DHAs-10" value="" style="shape=partialRectangle;html=1;whiteSpace=wrap;connectable=0;strokeColor=inherit;overflow=hidden;fillColor=none;top=0;left=0;bottom=0;right=0;pointerEvents=1;fontSize=16;" parent="6yd5DNGiLfsMDqw6DHAs-7" vertex="1">
          <mxGeometry x="153" width="119" height="16" as="geometry">
            <mxRectangle width="119" height="16" as="alternateBounds" />
          </mxGeometry>
        </mxCell>
-         <mxCell id="6yd5DNGiLfsMDqw6DHAs-16" style="shape=partialRectangle;html=1;whiteSpace=wrap;connectable=0;strokeColor=inherit;overflow=hidden;fillColor=none;top=0;left=0;bottom=0;right=0;pointerEvents=1;fontSize=16;" vertex="1" parent="6yd5DNGiLfsMDqw6DHAs-7">
+         <mxCell id="6yd5DNGiLfsMDqw6DHAs-16" style="shape=partialRectangle;html=1;whiteSpace=wrap;connectable=0;strokeColor=inherit;overflow=hidden;fillColor=none;top=0;left=0;bottom=0;right=0;pointerEvents=1;fontSize=16;" parent="6yd5DNGiLfsMDqw6DHAs-7" vertex="1">
          <mxGeometry x="272" width="119" height="16" as="geometry">
            <mxRectangle width="119" height="16" as="alternateBounds" />
          </mxGeometry>
        </mxCell>
-         <mxCell id="6yd5DNGiLfsMDqw6DHAs-19" style="shape=partialRectangle;html=1;whiteSpace=wrap;connectable=0;strokeColor=inherit;overflow=hidden;fillColor=none;top=0;left=0;bottom=0;right=0;pointerEvents=1;fontSize=16;" vertex="1" parent="6yd5DNGiLfsMDqw6DHAs-7">
+         <mxCell id="6yd5DNGiLfsMDqw6DHAs-19" style="shape=partialRectangle;html=1;whiteSpace=wrap;connectable=0;strokeColor=inherit;overflow=hidden;fillColor=none;top=0;left=0;bottom=0;right=0;pointerEvents=1;fontSize=16;" parent="6yd5DNGiLfsMDqw6DHAs-7" vertex="1">
          <mxGeometry x="391" width="119" height="16" as="geometry">
            <mxRectangle width="119" height="16" as="alternateBounds" />
          </mxGeometry>
        </mxCell>
-         <mxCell id="6yd5DNGiLfsMDqw6DHAs-11" value="" style="shape=tableRow;horizontal=0;startSize=0;swimlaneHead=0;swimlaneBody=0;strokeColor=inherit;top=0;left=0;bottom=0;right=0;collapsible=0;dropTarget=0;fillColor=none;points=[[0,0.5],[1,0.5]];portConstraint=eastwest;fontSize=16;" vertex="1" parent="6yd5DNGiLfsMDqw6DHAs-2">
+         <mxCell id="6yd5DNGiLfsMDqw6DHAs-11" value="" style="shape=tableRow;horizontal=0;startSize=0;swimlaneHead=0;swimlaneBody=0;strokeColor=inherit;top=0;left=0;bottom=0;right=0;collapsible=0;dropTarget=0;fillColor=none;points=[[0,0.5],[1,0.5]];portConstraint=eastwest;fontSize=16;" parent="6yd5DNGiLfsMDqw6DHAs-2" vertex="1">
          <mxGeometry y="36" width="510" height="17" as="geometry" />
        </mxCell>
-         <mxCell id="6yd5DNGiLfsMDqw6DHAs-12" value="" style="shape=partialRectangle;html=1;whiteSpace=wrap;connectable=0;strokeColor=inherit;overflow=hidden;fillColor=none;top=0;left=0;bottom=0;right=0;pointerEvents=1;fontSize=16;" vertex="1" parent="6yd5DNGiLfsMDqw6DHAs-11">
+         <mxCell id="6yd5DNGiLfsMDqw6DHAs-12" value="" style="shape=partialRectangle;html=1;whiteSpace=wrap;connectable=0;strokeColor=inherit;overflow=hidden;fillColor=none;top=0;left=0;bottom=0;right=0;pointerEvents=1;fontSize=16;" parent="6yd5DNGiLfsMDqw6DHAs-11" vertex="1">
          <mxGeometry width="66" height="17" as="geometry">
            <mxRectangle width="66" height="17" as="alternateBounds" />
          </mxGeometry>
        </mxCell>
-         <mxCell id="6yd5DNGiLfsMDqw6DHAs-13" value="" style="shape=partialRectangle;html=1;whiteSpace=wrap;connectable=0;strokeColor=inherit;overflow=hidden;fillColor=none;top=0;left=0;bottom=0;right=0;pointerEvents=1;fontSize=16;" vertex="1" parent="6yd5DNGiLfsMDqw6DHAs-11">
+         <mxCell id="6yd5DNGiLfsMDqw6DHAs-13" value="" style="shape=partialRectangle;html=1;whiteSpace=wrap;connectable=0;strokeColor=inherit;overflow=hidden;fillColor=none;top=0;left=0;bottom=0;right=0;pointerEvents=1;fontSize=16;" parent="6yd5DNGiLfsMDqw6DHAs-11" vertex="1">
          <mxGeometry x="66" width="87" height="17" as="geometry">
            <mxRectangle width="87" height="17" as="alternateBounds" />
          </mxGeometry>
        </mxCell>
-         <mxCell id="6yd5DNGiLfsMDqw6DHAs-14" value="" style="shape=partialRectangle;html=1;whiteSpace=wrap;connectable=0;strokeColor=inherit;overflow=hidden;fillColor=none;top=0;left=0;bottom=0;right=0;pointerEvents=1;fontSize=16;" vertex="1" parent="6yd5DNGiLfsMDqw6DHAs-11">
+         <mxCell id="6yd5DNGiLfsMDqw6DHAs-14" value="" style="shape=partialRectangle;html=1;whiteSpace=wrap;connectable=0;strokeColor=inherit;overflow=hidden;fillColor=none;top=0;left=0;bottom=0;right=0;pointerEvents=1;fontSize=16;" parent="6yd5DNGiLfsMDqw6DHAs-11" vertex="1">
          <mxGeometry x="153" width="119" height="17" as="geometry">
            <mxRectangle width="119" height="17" as="alternateBounds" />
          </mxGeometry>
        </mxCell>
-         <mxCell id="6yd5DNGiLfsMDqw6DHAs-17" style="shape=partialRectangle;html=1;whiteSpace=wrap;connectable=0;strokeColor=inherit;overflow=hidden;fillColor=none;top=0;left=0;bottom=0;right=0;pointerEvents=1;fontSize=16;" vertex="1" parent="6yd5DNGiLfsMDqw6DHAs-11">
+         <mxCell id="6yd5DNGiLfsMDqw6DHAs-17" style="shape=partialRectangle;html=1;whiteSpace=wrap;connectable=0;strokeColor=inherit;overflow=hidden;fillColor=none;top=0;left=0;bottom=0;right=0;pointerEvents=1;fontSize=16;" parent="6yd5DNGiLfsMDqw6DHAs-11" vertex="1">
          <mxGeometry x="272" width="119" height="17" as="geometry">
            <mxRectangle width="119" height="17" as="alternateBounds" />
          </mxGeometry>
        </mxCell>
-         <mxCell id="6yd5DNGiLfsMDqw6DHAs-20" style="shape=partialRectangle;html=1;whiteSpace=wrap;connectable=0;strokeColor=inherit;overflow=hidden;fillColor=none;top=0;left=0;bottom=0;right=0;pointerEvents=1;fontSize=16;" vertex="1" parent="6yd5DNGiLfsMDqw6DHAs-11">
+         <mxCell id="6yd5DNGiLfsMDqw6DHAs-20" style="shape=partialRectangle;html=1;whiteSpace=wrap;connectable=0;strokeColor=inherit;overflow=hidden;fillColor=none;top=0;left=0;bottom=0;right=0;pointerEvents=1;fontSize=16;" parent="6yd5DNGiLfsMDqw6DHAs-11" vertex="1">
          <mxGeometry x="391" width="119" height="17" as="geometry">
            <mxRectangle width="119" height="17" as="alternateBounds" />
          </mxGeometry>
        </mxCell>
-         <mxCell id="6yd5DNGiLfsMDqw6DHAs-21" value="&lt;font style=&quot;font-size: 10px;&quot;&gt;Detalhes&lt;/font&gt;" style="text;html=1;align=center;verticalAlign=middle;whiteSpace=wrap;rounded=0;fillColor=#60a917;fontColor=#ffffff;strokeColor=#2D7600;" vertex="1" parent="1">
+         <mxCell id="6yd5DNGiLfsMDqw6DHAs-21" value="&lt;font style=&quot;font-size: 10px;&quot;&gt;Detalhes&lt;/font&gt;" style="text;html=1;align=center;verticalAlign=middle;whiteSpace=wrap;rounded=0;fillColor=#60a917;fontColor=#ffffff;strokeColor=#2D7600;" parent="1" vertex="1">
          <mxGeometry x="760" y="190.75" width="45" height="11.5" as="geometry" />
        </mxCell>
-         <mxCell id="6yd5DNGiLfsMDqw6DHAs-24" value="&lt;font style=&quot;font-size: 10px;&quot;&gt;Detalhes&lt;/font&gt;" style="text;html=1;align=center;verticalAlign=middle;whiteSpace=wrap;rounded=0;fillColor=#60a917;fontColor=#ffffff;strokeColor=#2D7600;" vertex="1" parent="1">
+         <mxCell id="6yd5DNGiLfsMDqw6DHAs-24" value="&lt;font style=&quot;font-size: 10px;&quot;&gt;Detalhes&lt;/font&gt;" style="text;html=1;align=center;verticalAlign=middle;whiteSpace=wrap;rounded=0;fillColor=#60a917;fontColor=#ffffff;strokeColor=#2D7600;" parent="1" vertex="1">
          <mxGeometry x="760" y="211.5" width="45" height="11.5" as="geometry" />
        </mxCell>
-         <mxCell id="6yd5DNGiLfsMDqw6DHAs-25" value="&lt;font style=&quot;font-size: 10px;&quot;&gt;Filtrar&lt;/font&gt;" style="text;html=1;align=center;verticalAlign=middle;whiteSpace=wrap;rounded=0;fillColor=#1ba1e2;fontColor=#ffffff;strokeColor=#006EAF;" vertex="1" parent="1">
+         <mxCell id="6yd5DNGiLfsMDqw6DHAs-25" value="&lt;font style=&quot;font-size: 10px;&quot;&gt;Filtrar&lt;/font&gt;" style="text;html=1;align=center;verticalAlign=middle;whiteSpace=wrap;rounded=0;fillColor=#1ba1e2;fontColor=#ffffff;strokeColor=#006EAF;" parent="1" vertex="1">
          <mxGeometry x="695" y="140" width="45" height="11.5" as="geometry" />
        </mxCell>
-         <mxCell id="6yd5DNGiLfsMDqw6DHAs-28" value="Payment Manager" style="text;html=1;align=center;verticalAlign=middle;whiteSpace=wrap;rounded=0;fillColor=#bac8d3;strokeColor=#23445d;" vertex="1" parent="1">
+         <mxCell id="6yd5DNGiLfsMDqw6DHAs-28" value="Payment Manager" style="text;html=1;align=center;verticalAlign=middle;whiteSpace=wrap;rounded=0;fillColor=#bac8d3;strokeColor=#23445d;" parent="1" vertex="1">
          <mxGeometry x="230" y="70" width="560" height="30" as="geometry" />
        </mxCell>
-         <mxCell id="6yd5DNGiLfsMDqw6DHAs-30" value="&lt;span style=&quot;font-size: 10px;&quot;&gt;+ Adicionar&lt;/span&gt;" style="text;html=1;align=center;verticalAlign=middle;whiteSpace=wrap;rounded=0;fillColor=#1ba1e2;fontColor=#ffffff;strokeColor=#006EAF;" vertex="1" parent="1">
+         <mxCell id="6yd5DNGiLfsMDqw6DHAs-30" value="&lt;span style=&quot;font-size: 10px;&quot;&gt;+ Adicionar&lt;/span&gt;" style="text;html=1;align=center;verticalAlign=middle;whiteSpace=wrap;rounded=0;fillColor=#1ba1e2;fontColor=#ffffff;strokeColor=#006EAF;" parent="1" vertex="1">
          <mxGeometry x="750" y="140" width="60" height="11.5" as="geometry" />
+         </mxCell>
+       </root>
+     </mxGraphModel>
+   </diagram>
+   <diagram id="h_YyeLVdY72SYUEd-n6i" name="use-cases">
+     <mxGraphModel dx="617" dy="460" grid="1" gridSize="10" guides="1" tooltips="1" connect="1" arrows="1" fold="1" page="1" pageScale="1" pageWidth="850" pageHeight="1100" math="0" shadow="0">
+       <root>
+         <mxCell id="0" />
+         <mxCell id="1" parent="0" />
+         <mxCell id="2RwOjj0Krin0gUyvOVhC-5" style="rounded=0;orthogonalLoop=1;jettySize=auto;html=1;exitX=0.5;exitY=0.5;exitDx=0;exitDy=0;exitPerimeter=0;endArrow=none;endFill=0;" edge="1" parent="1" source="2RwOjj0Krin0gUyvOVhC-1" target="2RwOjj0Krin0gUyvOVhC-2">
+           <mxGeometry relative="1" as="geometry" />
+         </mxCell>
+         <mxCell id="2RwOjj0Krin0gUyvOVhC-6" style="rounded=0;orthogonalLoop=1;jettySize=auto;html=1;entryX=0;entryY=0.5;entryDx=0;entryDy=0;endArrow=none;endFill=0;" edge="1" parent="1" source="2RwOjj0Krin0gUyvOVhC-1" target="2RwOjj0Krin0gUyvOVhC-3">
+           <mxGeometry relative="1" as="geometry" />
+         </mxCell>
+         <mxCell id="2RwOjj0Krin0gUyvOVhC-1" value="Gestor" style="shape=umlActor;verticalLabelPosition=bottom;verticalAlign=top;html=1;fillColor=#fad9d5;strokeColor=#ae4132;" vertex="1" parent="1">
+           <mxGeometry x="250" y="200" width="30" height="60" as="geometry" />
+         </mxCell>
+         <mxCell id="2RwOjj0Krin0gUyvOVhC-2" value="Manter Solicitação" style="ellipse;whiteSpace=wrap;html=1;fillColor=#fff2cc;strokeColor=#d6b656;gradientColor=#ffd966;" vertex="1" parent="1">
+           <mxGeometry x="430" y="130" width="140" height="70" as="geometry" />
+         </mxCell>
+         <mxCell id="2RwOjj0Krin0gUyvOVhC-3" value="Manter Solicitante" style="ellipse;whiteSpace=wrap;html=1;fillColor=#fff2cc;strokeColor=#d6b656;gradientColor=#ffd966;" vertex="1" parent="1">
+           <mxGeometry x="430" y="230" width="140" height="70" as="geometry" />
+         </mxCell>
+         <mxCell id="2RwOjj0Krin0gUyvOVhC-11" style="rounded=0;orthogonalLoop=1;jettySize=auto;html=1;dashed=1;endArrow=open;endFill=0;" edge="1" parent="1" source="2RwOjj0Krin0gUyvOVhC-4" target="2RwOjj0Krin0gUyvOVhC-8">
+           <mxGeometry relative="1" as="geometry" />
+         </mxCell>
+         <mxCell id="2RwOjj0Krin0gUyvOVhC-14" value="&amp;lt;&amp;lt;include&amp;gt;&amp;gt;" style="edgeLabel;html=1;align=center;verticalAlign=middle;resizable=0;points=[];" vertex="1" connectable="0" parent="2RwOjj0Krin0gUyvOVhC-11">
+           <mxGeometry x="-0.1294" y="1" relative="1" as="geometry">
+             <mxPoint as="offset" />
+           </mxGeometry>
+         </mxCell>
+         <mxCell id="2RwOjj0Krin0gUyvOVhC-4" value="Manter Categoria" style="ellipse;whiteSpace=wrap;html=1;fillColor=#fff2cc;strokeColor=#d6b656;gradientColor=#ffd966;" vertex="1" parent="1">
+           <mxGeometry x="420" y="330" width="140" height="70" as="geometry" />
+         </mxCell>
+         <mxCell id="2RwOjj0Krin0gUyvOVhC-7" style="rounded=0;orthogonalLoop=1;jettySize=auto;html=1;exitX=0.5;exitY=0.5;exitDx=0;exitDy=0;exitPerimeter=0;entryX=0.063;entryY=0.322;entryDx=0;entryDy=0;entryPerimeter=0;endArrow=none;endFill=0;" edge="1" parent="1" source="2RwOjj0Krin0gUyvOVhC-1" target="2RwOjj0Krin0gUyvOVhC-4">
+           <mxGeometry relative="1" as="geometry" />
+         </mxCell>
+         <mxCell id="2RwOjj0Krin0gUyvOVhC-8" value="Fazer Login" style="ellipse;whiteSpace=wrap;html=1;fillColor=#f5f5f5;gradientColor=#b3b3b3;strokeColor=#666666;" vertex="1" parent="1">
+           <mxGeometry x="670" y="230" width="140" height="70" as="geometry" />
+         </mxCell>
+         <mxCell id="2RwOjj0Krin0gUyvOVhC-9" style="rounded=0;orthogonalLoop=1;jettySize=auto;html=1;exitX=1;exitY=0.5;exitDx=0;exitDy=0;entryX=0.071;entryY=0.286;entryDx=0;entryDy=0;entryPerimeter=0;dashed=1;endArrow=open;endFill=0;" edge="1" parent="1" source="2RwOjj0Krin0gUyvOVhC-2" target="2RwOjj0Krin0gUyvOVhC-8">
+           <mxGeometry relative="1" as="geometry" />
+         </mxCell>
+         <mxCell id="2RwOjj0Krin0gUyvOVhC-12" value="&amp;lt;&amp;lt;include&amp;gt;&amp;gt;" style="edgeLabel;html=1;align=center;verticalAlign=middle;resizable=0;points=[];" vertex="1" connectable="0" parent="2RwOjj0Krin0gUyvOVhC-9">
+           <mxGeometry x="-0.2204" y="3" relative="1" as="geometry">
+             <mxPoint as="offset" />
+           </mxGeometry>
+         </mxCell>
+         <mxCell id="2RwOjj0Krin0gUyvOVhC-10" style="rounded=0;orthogonalLoop=1;jettySize=auto;html=1;entryX=-0.008;entryY=0.391;entryDx=0;entryDy=0;entryPerimeter=0;endArrow=open;endFill=0;dashed=1;" edge="1" parent="1" source="2RwOjj0Krin0gUyvOVhC-3" target="2RwOjj0Krin0gUyvOVhC-8">
+           <mxGeometry relative="1" as="geometry" />
+         </mxCell>
+         <mxCell id="2RwOjj0Krin0gUyvOVhC-13" value="&amp;lt;&amp;lt;include&amp;gt;&amp;gt;" style="edgeLabel;html=1;align=center;verticalAlign=middle;resizable=0;points=[];" vertex="1" connectable="0" parent="2RwOjj0Krin0gUyvOVhC-10">
+           <mxGeometry x="-0.2783" y="-1" relative="1" as="geometry">
+             <mxPoint y="1" as="offset" />
+           </mxGeometry>
        </mxCell>
      </root>
    </mxGraphModel>
  </diagram>
</mxfile>
